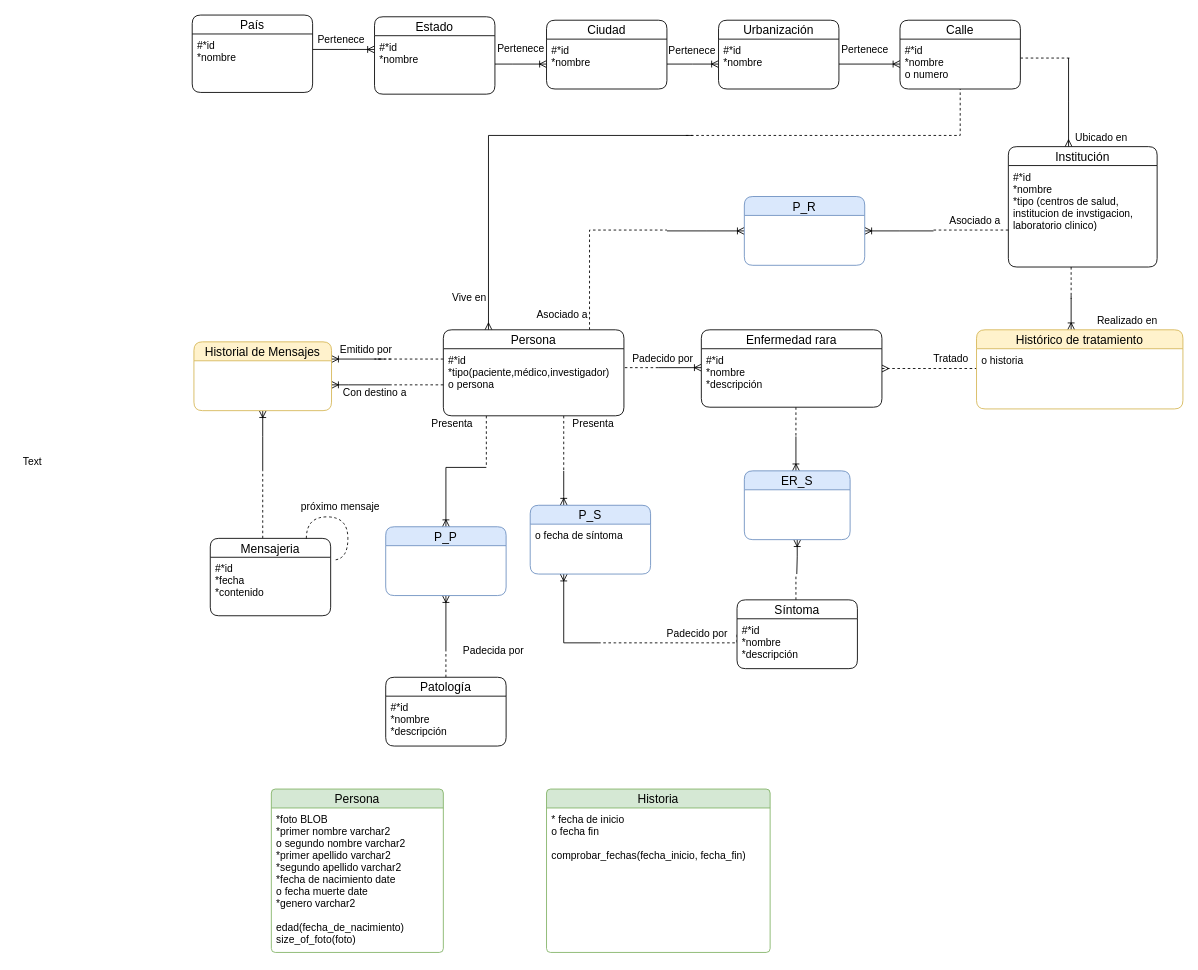
Above: MET/ER_NetDoc.drawio in NeutronBlast/IS-Ex (draw.io), before the change. Source tidied: cells renumbered, new cells numbered last; positions are measured from the earlier drawing's top-left corner, leaving out a move shared by most shapes. Both pictures are drawn from the tidied source at 86%, with x=0, y=0 at pixel (15, 15).
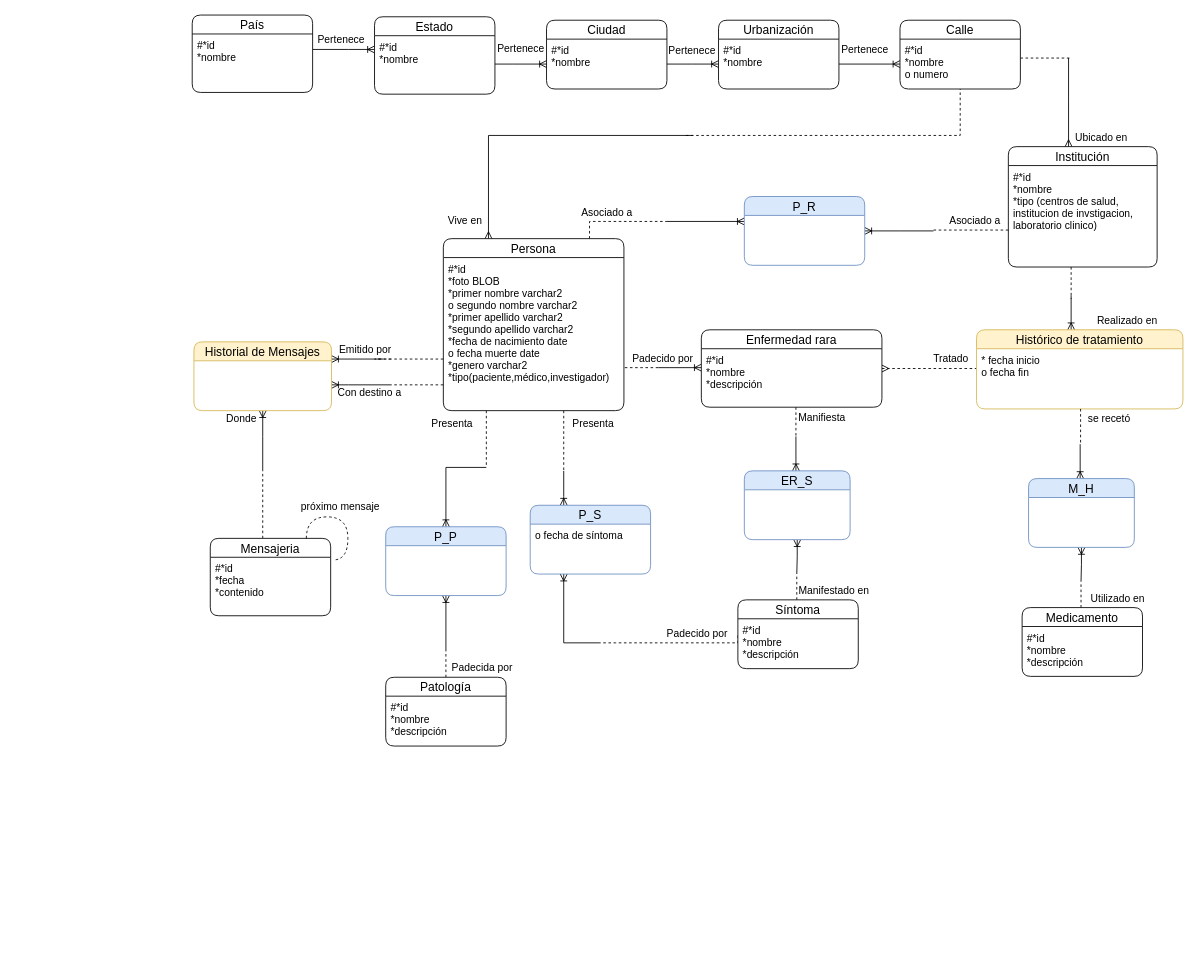
After the change.

The change refers to these unchanged cells:
```xml
<mxCell id="54" value="P_R" style="swimlane;fontStyle=0;horizontal=1;startSize=22;fillColor=#dae8fc;swimlaneFillColor=#ffffff;align=center;fontSize=14;rounded=1;strokeColor=#6c8ebf;" parent="1" vertex="1">
  <mxGeometry x="848" y="211" width="140" height="80" as="geometry" />
</mxCell>
<mxCell id="71" value="Histórico de tratamiento" style="swimlane;fontStyle=0;horizontal=1;startSize=22;fillColor=#fff2cc;swimlaneFillColor=#ffffff;align=center;fontSize=14;rounded=1;strokeColor=#d6b656;" parent="1" vertex="1">
  <mxGeometry x="1118" y="366" width="240" height="92" as="geometry" />
</mxCell>
```

Change to the diagram source:
```diff
@@
     <mxCell id="29" style="edgeStyle=orthogonalEdgeStyle;rounded=0;jettySize=auto;html=1;dashed=1;startArrow=none;startFill=0;endArrow=none;endFill=0;" parent="1" edge="1" source="30">
       <mxGeometry relative="1" as="geometry">
-        <mxPoint x="758" y="250" as="targetPoint" />
+        <mxPoint x="758" y="240" as="targetPoint" />
         <Array as="points">
-          <mxPoint x="668" y="250" />
+          <mxPoint x="668" y="240" />
+          <mxPoint x="758" y="240" />
         </Array>
       </mxGeometry>
     </mxCell>
     <mxCell id="30" value="Persona" style="swimlane;fontStyle=0;horizontal=1;startSize=22;swimlaneFillColor=#ffffff;align=center;fontSize=14;rounded=1;" parent="1" vertex="1">
-      <mxGeometry x="498" y="366" width="210" height="100" as="geometry" />
+      <mxGeometry x="498" y="260" width="210" height="200" as="geometry" />
     </mxCell>
-    <mxCell id="31" value="#*id&#10;*tipo(paciente,médico,investigador)&#10;o persona&#10;" style="text;strokeColor=none;fillColor=none;spacingLeft=4;spacingRight=4;overflow=hidden;points=[[0,0.5],[1,0.5]];portConstraint=eastwest;fontSize=12;" parent="30" vertex="1">
-      <mxGeometry y="22" width="210" height="78" as="geometry" />
+    <mxCell id="31" value="#*id&#10;*foto BLOB&#10;*primer nombre varchar2&#10;o segundo nombre varchar2&#10;*primer apellido varchar2&#10;*segundo apellido varchar2&#10;*fecha de nacimiento date&#10;o fecha muerte date&#10;*genero varchar2&#10;*tipo(paciente,médico,investigador)&#10;&#10;" style="text;strokeColor=none;fillColor=none;spacingLeft=4;spacingRight=4;overflow=hidden;points=[[0,0.5],[1,0.5]];portConstraint=eastwest;fontSize=12;" parent="30" vertex="1">
+      <mxGeometry y="22" width="210" height="178" as="geometry" />
     </mxCell>
@@
     <mxCell id="35" value="Padecida por" style="text;html=1;align=center;verticalAlign=middle;" parent="1" vertex="1">
-      <mxGeometry x="511" y="730" width="90" height="20" as="geometry" />
+      <mxGeometry x="498" y="749" width="90" height="20" as="geometry" />
     </mxCell>
@@
     <mxCell id="39" value="Emitido por" style="text;html=1;align=center;verticalAlign=middle;" parent="1" vertex="1">
-      <mxGeometry x="368" y="380" width="80" height="20" as="geometry" />
+      <mxGeometry x="367" y="380" width="80" height="20" as="geometry" />
     </mxCell>
     <mxCell id="40" value="Con destino a" style="text;html=1;align=center;verticalAlign=middle;" parent="1" vertex="1">
-      <mxGeometry x="373" y="430" width="90" height="20" as="geometry" />
+      <mxGeometry x="367" y="430" width="90" height="20" as="geometry" />
     </mxCell>
     <mxCell id="41" value="Vive en" style="text;html=1;align=center;verticalAlign=middle;" parent="1" vertex="1">
-      <mxGeometry x="498" y="319" width="60" height="20" as="geometry" />
+      <mxGeometry x="493" y="230" width="60" height="20" as="geometry" />
     </mxCell>
@@
     <mxCell id="53" style="edgeStyle=orthogonalEdgeStyle;rounded=0;jettySize=auto;html=1;endArrow=none;endFill=0;startArrow=ERoneToMany;startFill=0;" parent="1" edge="1" source="54">
       <mxGeometry relative="1" as="geometry">
-        <mxPoint x="758" y="251" as="targetPoint" />
+        <mxPoint x="758" y="240" as="targetPoint" />
+        <Array as="points">
+          <mxPoint x="758" y="240" />
+        </Array>
       </mxGeometry>
     </mxCell>
@@
     <mxCell id="56" value="Asociado a" style="text;html=1;align=center;verticalAlign=middle;" parent="1" vertex="1">
-      <mxGeometry x="601" y="339" width="70" height="20" as="geometry" />
+      <mxGeometry x="653" y="220" width="70" height="20" as="geometry" />
     </mxCell>
@@
     <mxCell id="58" style="edgeStyle=orthogonalEdgeStyle;rounded=0;jettySize=auto;html=1;dashed=1;startArrow=none;startFill=0;endArrow=none;endFill=0;" parent="1" edge="1" source="74">
       <mxGeometry relative="1" as="geometry">
-        <mxPoint x="908" y="650" as="targetPoint" />
+        <mxPoint x="909" y="650" as="targetPoint" />
         <Array as="points">
-          <mxPoint x="908" y="650" />
-          <mxPoint x="908" y="650" />
+          <mxPoint x="909" y="650" />
+          <mxPoint x="909" y="650" />
         </Array>
       </mxGeometry>
     </mxCell>
@@
-    <mxCell id="72" value="o historia" style="text;strokeColor=none;fillColor=none;spacingLeft=4;spacingRight=4;overflow=hidden;fontSize=12;" parent="71" vertex="1">
+    <mxCell id="72" value="* fecha inicio&#10;o fecha fin" style="text;strokeColor=none;fillColor=none;spacingLeft=4;spacingRight=4;overflow=hidden;fontSize=12;" parent="71" vertex="1">
       <mxGeometry y="22" width="240" height="70" as="geometry" />
     </mxCell>
@@
     <mxCell id="74" value="Síntoma" style="swimlane;fontStyle=0;horizontal=1;startSize=22;swimlaneFillColor=#ffffff;align=center;fontSize=14;rounded=1;" parent="1" vertex="1">
-      <mxGeometry x="839.5" y="680" width="140" height="80" as="geometry" />
+      <mxGeometry x="840.5" y="680" width="140" height="80" as="geometry" />
     </mxCell>
@@
-    <mxCell id="86" value="Persona" style="swimlane;fontStyle=0;horizontal=1;startSize=22;fillColor=#d5e8d4;swimlaneFillColor=#ffffff;align=center;fontSize=14;rounded=1;strokeColor=#82b366;arcSize=7;" parent="1" vertex="1">
-      <mxGeometry x="298" y="900" width="200" height="190" as="geometry" />
-    </mxCell>
-    <mxCell id="87" value="*foto BLOB&#10;*primer nombre varchar2&#10;o segundo nombre varchar2&#10;*primer apellido varchar2&#10;*segundo apellido varchar2&#10;*fecha de nacimiento date&#10;o fecha muerte date&#10;*genero varchar2&#10;&#10;edad(fecha_de_nacimiento)&#10;size_of_foto(foto)" style="text;strokeColor=none;fillColor=none;spacingLeft=4;spacingRight=4;overflow=hidden;fontSize=12;" parent="86" vertex="1">
-      <mxGeometry y="22" width="200" height="168" as="geometry" />
-    </mxCell>
-    <mxCell id="88" value="Historia" style="swimlane;fontStyle=0;horizontal=1;startSize=22;fillColor=#d5e8d4;swimlaneFillColor=#ffffff;align=center;fontSize=14;rounded=1;strokeColor=#82b366;arcSize=7;" parent="1" vertex="1">
-      <mxGeometry x="618" y="900" width="260" height="190" as="geometry" />
-    </mxCell>
-    <mxCell id="89" value="* fecha de inicio&#10;o fecha fin&#10;&#10;comprobar_fechas(fecha_inicio, fecha_fin)" style="text;strokeColor=none;fillColor=none;spacingLeft=4;spacingRight=4;overflow=hidden;fontSize=12;" parent="88" vertex="1">
-      <mxGeometry y="22" width="260" height="168" as="geometry" />
-    </mxCell>
-    <mxCell id="90" value="Text" style="text;html=1;align=center;verticalAlign=middle;" parent="1" vertex="1">
-      <mxGeometry y="510" width="40" height="20" as="geometry" />
-    </mxCell>
+    <mxCell id="91" style="edgeStyle=orthogonalEdgeStyle;rounded=0;jettySize=auto;html=1;dashed=1;startArrow=none;startFill=0;endArrow=none;endFill=0;" parent="1" edge="1" source="96">
+      <mxGeometry relative="1" as="geometry">
+        <mxPoint x="1239.5" y="659" as="targetPoint" />
+        <Array as="points">
+          <mxPoint x="1239.5" y="659" />
+          <mxPoint x="1239.5" y="659" />
+        </Array>
+      </mxGeometry>
+    </mxCell>
+    <mxCell id="92" style="edgeStyle=orthogonalEdgeStyle;rounded=0;jettySize=auto;html=1;startArrow=ERoneToMany;startFill=0;endArrow=none;endFill=0;" parent="1" edge="1" source="95">
+      <mxGeometry relative="1" as="geometry">
+        <mxPoint x="1238.5" y="499" as="targetPoint" />
+        <Array as="points">
+          <mxPoint x="1238.5" y="529" />
+        </Array>
+      </mxGeometry>
+    </mxCell>
+    <mxCell id="93" style="edgeStyle=orthogonalEdgeStyle;rounded=0;jettySize=auto;html=1;startArrow=ERoneToMany;startFill=0;endArrow=none;endFill=0;exitX=0.5;exitY=1;exitDx=0;exitDy=0;" parent="1" edge="1" source="95">
+      <mxGeometry relative="1" as="geometry">
+        <mxPoint x="1239.5" y="659" as="targetPoint" />
+        <Array as="points">
+          <mxPoint x="1239.5" y="639" />
+          <mxPoint x="1239.5" y="699" />
+        </Array>
+      </mxGeometry>
+    </mxCell>
+    <mxCell id="94" style="edgeStyle=orthogonalEdgeStyle;rounded=0;orthogonalLoop=1;jettySize=auto;html=1;startArrow=none;startFill=0;endArrow=none;endFill=0;dashed=1;" parent="1" edge="1">
+      <mxGeometry relative="1" as="geometry">
+        <mxPoint x="1239" y="458" as="sourcePoint" />
+        <mxPoint x="1239" y="500" as="targetPoint" />
+      </mxGeometry>
+    </mxCell>
+    <mxCell id="95" value="M_H" style="swimlane;fontStyle=0;horizontal=1;startSize=22;fillColor=#dae8fc;swimlaneFillColor=#ffffff;align=center;fontSize=14;rounded=1;strokeColor=#6c8ebf;" parent="1" vertex="1">
+      <mxGeometry x="1178.5" y="539" width="123" height="80" as="geometry" />
+    </mxCell>
+    <mxCell id="96" value="Medicamento" style="swimlane;fontStyle=0;horizontal=1;startSize=22;swimlaneFillColor=#ffffff;align=center;fontSize=14;rounded=1;" parent="1" vertex="1">
+      <mxGeometry x="1171" y="689" width="140" height="80" as="geometry" />
+    </mxCell>
+    <mxCell id="97" value="#*id&#10;*nombre&#10;*descripción" style="text;strokeColor=none;fillColor=none;spacingLeft=4;spacingRight=4;overflow=hidden;fontSize=12;" parent="96" vertex="1">
+      <mxGeometry y="22" width="140" height="58" as="geometry" />
+    </mxCell>
+    <mxCell id="98" value="Manifiesta" style="text;html=1;align=center;verticalAlign=middle;" parent="1" vertex="1">
+      <mxGeometry x="903" y="458" width="70" height="20" as="geometry" />
+    </mxCell>
+    <mxCell id="99" value="Manifestado en" style="text;html=1;align=center;verticalAlign=middle;" parent="1" vertex="1">
+      <mxGeometry x="902" y="660" width="100" height="20" as="geometry" />
+    </mxCell>
+    <mxCell id="100" value="Donde" style="text;html=1;align=center;verticalAlign=middle;" parent="1" vertex="1">
+      <mxGeometry x="238" y="460" width="50" height="20" as="geometry" />
+    </mxCell>
+    <mxCell id="101" value="se recetó" style="text;html=1;align=center;verticalAlign=middle;" parent="1" vertex="1">
+      <mxGeometry x="1241.5" y="460" width="60" height="20" as="geometry" />
+    </mxCell>
+    <mxCell id="102" value="Utilizado en" style="text;html=1;align=center;verticalAlign=middle;" parent="1" vertex="1">
+      <mxGeometry x="1241.5" y="669" width="80" height="20" as="geometry" />
+    </mxCell>
```
